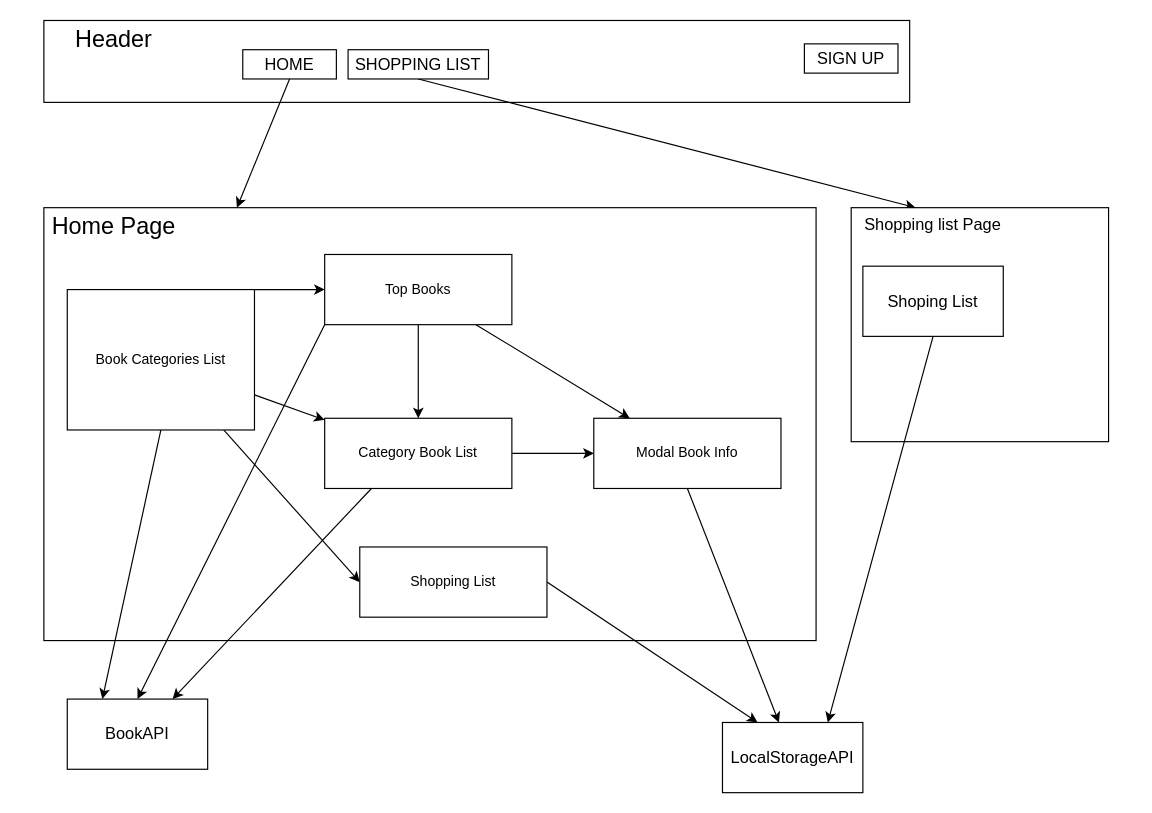
Earlier version of the draw.io diagram src/Schemes/main.drawio (AlexGoIT/bookshelf). Source tidied: cells renumbered, new cells numbered last; positions are measured from the earlier drawing's top-left corner, leaving out a move shared by most shapes. Both pictures are drawn from the tidied source at 117%, with x=0, y=0 at pixel (43, 20).
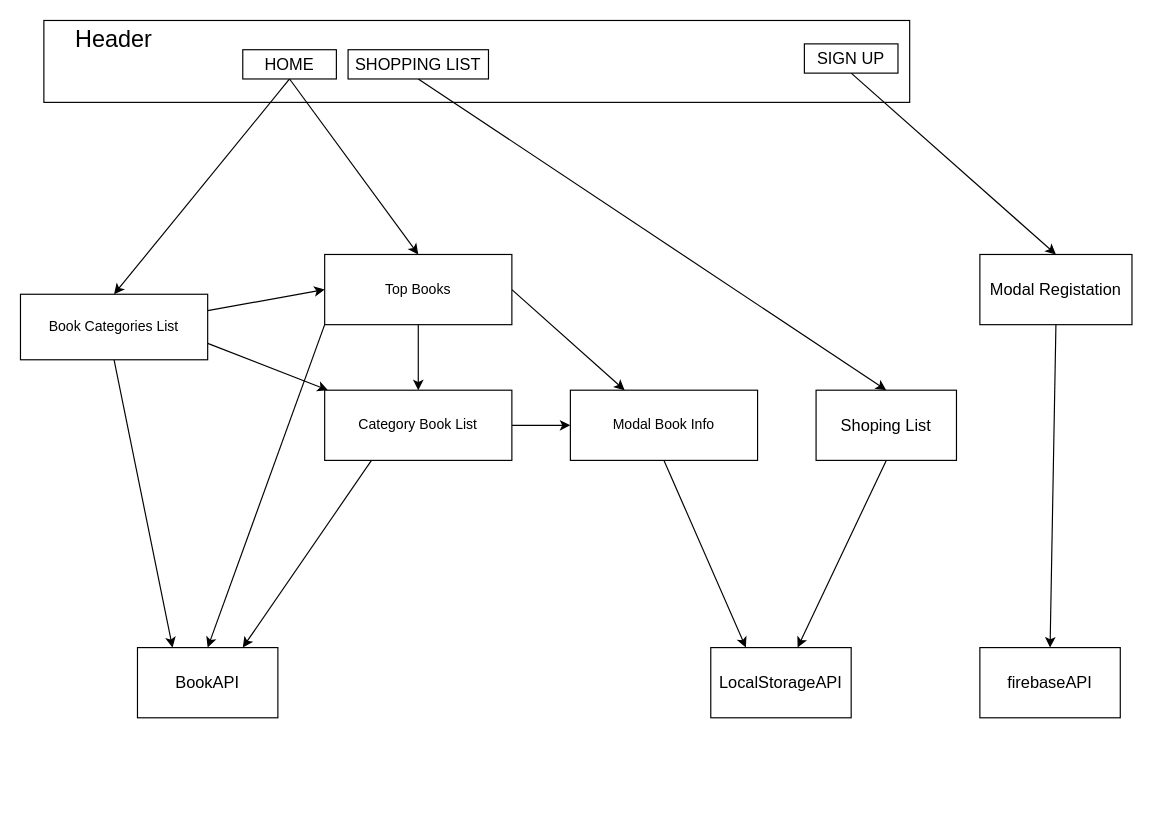
Above is the later version.

Unchanged cells that the change refers to:
```xml
<mxCell id="15" value="Top Books" style="rounded=0;whiteSpace=wrap;html=1;" parent="1" vertex="1">
  <mxGeometry x="240" y="200" width="160" height="60" as="geometry" />
</mxCell>
<mxCell id="22" value="HOME" style="rounded=0;whiteSpace=wrap;html=1;fontSize=14;" parent="1" vertex="1">
  <mxGeometry x="170" y="25" width="80" height="25" as="geometry" />
</mxCell>
<mxCell id="24" value="SHOPPING LIST" style="rounded=0;whiteSpace=wrap;html=1;fontSize=14;" parent="1" vertex="1">
  <mxGeometry x="260" y="25" width="120" height="25" as="geometry" />
</mxCell>
<mxCell id="25" value="SIGN UP" style="rounded=0;whiteSpace=wrap;html=1;fontSize=14;" parent="1" vertex="1">
  <mxGeometry x="650" y="20" width="80" height="25" as="geometry" />
</mxCell>
```

The edit, as a diff of the source:
```diff
@@
-    <mxCell id="2" style="rounded=0;whiteSpace=wrap;html=1;" parent="1" vertex="1">
-      <mxGeometry y="160" width="660" height="370" as="geometry" />
-    </mxCell>
@@
-    <mxCell id="7" style="edgeStyle=none;html=1;exitX=1;exitY=0;exitDx=0;exitDy=0;entryX=0;entryY=0.5;entryDx=0;entryDy=0;" parent="1" edge="1" source="11" target="15">
+    <mxCell id="7" style="edgeStyle=none;html=1;exitX=1;exitY=0.25;exitDx=0;exitDy=0;entryX=0;entryY=0.5;entryDx=0;entryDy=0;" parent="1" edge="1" source="11" target="15">
       <mxGeometry relative="1" as="geometry" />
     </mxCell>
@@
-    <mxCell id="9" style="edgeStyle=none;html=1;entryX=0;entryY=0.5;entryDx=0;entryDy=0;" parent="1" edge="1" source="11" target="33">
-      <mxGeometry relative="1" as="geometry" />
-    </mxCell>
@@
     <mxCell id="11" value="Book Categories List" style="rounded=0;whiteSpace=wrap;html=1;" parent="1" vertex="1">
-      <mxGeometry x="20" y="230" width="160" height="120" as="geometry" />
+      <mxGeometry x="-20" y="234" width="160" height="56" as="geometry" />
     </mxCell>
@@
-    <mxCell id="13" style="edgeStyle=none;html=1;" parent="1" edge="1" source="15" target="34">
+    <mxCell id="13" style="edgeStyle=none;html=1;exitX=1;exitY=0.5;exitDx=0;exitDy=0;" parent="1" edge="1" source="15" target="34">
       <mxGeometry relative="1" as="geometry" />
     </mxCell>
@@
     <mxCell id="18" value="Category Book List" style="rounded=0;whiteSpace=wrap;html=1;" parent="1" vertex="1">
-      <mxGeometry x="240" y="340" width="160" height="60" as="geometry" />
+      <mxGeometry x="240" y="316" width="160" height="60" as="geometry" />
     </mxCell>
-    <mxCell id="19" style="edgeStyle=none;html=1;exitX=1;exitY=0.5;exitDx=0;exitDy=0;entryX=0.25;entryY=0;entryDx=0;entryDy=0;fontSize=14;" parent="1" edge="1" source="33" target="28">
-      <mxGeometry relative="1" as="geometry" />
-    </mxCell>
-    <mxCell id="20" style="edgeStyle=none;html=1;exitX=0.5;exitY=1;exitDx=0;exitDy=0;" parent="1" edge="1" source="34" target="28">
+    <mxCell id="20" style="edgeStyle=none;html=1;exitX=0.5;exitY=1;exitDx=0;exitDy=0;entryX=0.25;entryY=0;entryDx=0;entryDy=0;" parent="1" edge="1" source="34" target="28">
       <mxGeometry relative="1" as="geometry" />
     </mxCell>
-    <mxCell id="21" style="edgeStyle=none;html=1;exitX=0.5;exitY=1;exitDx=0;exitDy=0;entryX=0.25;entryY=0;entryDx=0;entryDy=0;fontSize=14;" parent="1" edge="1" source="22" target="2">
+    <mxCell id="21" style="edgeStyle=none;html=1;exitX=0.5;exitY=1;exitDx=0;exitDy=0;entryX=0.5;entryY=0;entryDx=0;entryDy=0;fontSize=14;" parent="1" edge="1" source="22" target="15">
       <mxGeometry relative="1" as="geometry" />
     </mxCell>
+    <mxCell id="35" style="edgeStyle=none;html=1;exitX=0.5;exitY=1;exitDx=0;exitDy=0;entryX=0.5;entryY=0;entryDx=0;entryDy=0;fontSize=14;" parent="1" edge="1" source="22" target="11">
+      <mxGeometry relative="1" as="geometry" />
+    </mxCell>
@@
-    <mxCell id="23" style="edgeStyle=none;html=1;exitX=0.5;exitY=1;exitDx=0;exitDy=0;entryX=0.25;entryY=0;entryDx=0;entryDy=0;fontSize=14;" parent="1" edge="1" source="24" target="26">
+    <mxCell id="23" style="edgeStyle=none;html=1;exitX=0.5;exitY=1;exitDx=0;exitDy=0;fontSize=14;entryX=0.5;entryY=0;entryDx=0;entryDy=0;" parent="1" edge="1" source="24" target="31">
       <mxGeometry relative="1" as="geometry" />
     </mxCell>
@@
+    <mxCell id="36" style="edgeStyle=none;html=1;exitX=0.5;exitY=1;exitDx=0;exitDy=0;entryX=0.5;entryY=0;entryDx=0;entryDy=0;fontSize=14;" parent="1" edge="1" source="25" target="39">
+      <mxGeometry relative="1" as="geometry" />
+    </mxCell>
@@
-    <mxCell id="26" style="rounded=0;whiteSpace=wrap;html=1;fontSize=14;" parent="1" vertex="1">
-      <mxGeometry x="690" y="160" width="220" height="200" as="geometry" />
-    </mxCell>
-    <mxCell id="27" value="Shopping list Page" style="text;html=1;strokeColor=none;fillColor=none;align=center;verticalAlign=middle;whiteSpace=wrap;rounded=0;fontSize=14;" parent="1" vertex="1">
-      <mxGeometry x="690" y="160" width="140" height="30" as="geometry" />
-    </mxCell>
     <mxCell id="28" value="LocalStorageAPI" style="rounded=0;whiteSpace=wrap;html=1;fontSize=14;" parent="1" vertex="1">
-      <mxGeometry x="580" y="600" width="120" height="60" as="geometry" />
+      <mxGeometry x="570" y="536" width="120" height="60" as="geometry" />
     </mxCell>
     <mxCell id="29" value="BookAPI" style="rounded=0;whiteSpace=wrap;html=1;fontSize=14;" parent="1" vertex="1">
-      <mxGeometry x="20" y="580" width="120" height="60" as="geometry" />
+      <mxGeometry x="80" y="536" width="120" height="60" as="geometry" />
     </mxCell>
-    <mxCell id="30" style="edgeStyle=none;html=1;exitX=0.5;exitY=1;exitDx=0;exitDy=0;entryX=0.75;entryY=0;entryDx=0;entryDy=0;fontSize=14;" parent="1" edge="1" source="31" target="28">
+    <mxCell id="30" style="edgeStyle=none;html=1;exitX=0.5;exitY=1;exitDx=0;exitDy=0;fontSize=14;" parent="1" edge="1" source="31" target="28">
       <mxGeometry relative="1" as="geometry" />
     </mxCell>
     <mxCell id="31" value="Shoping List" style="rounded=0;whiteSpace=wrap;html=1;fontSize=14;" parent="1" vertex="1">
-      <mxGeometry x="700" y="210" width="120" height="60" as="geometry" />
+      <mxGeometry x="660" y="316" width="120" height="60" as="geometry" />
     </mxCell>
-    <mxCell id="32" value="Home Page" style="text;html=1;strokeColor=none;fillColor=none;align=center;verticalAlign=middle;whiteSpace=wrap;rounded=0;fontSize=20;" parent="1" vertex="1">
-      <mxGeometry y="160" width="120" height="30" as="geometry" />
-    </mxCell>
-    <mxCell id="33" value="Shopping List" style="rounded=0;whiteSpace=wrap;html=1;" parent="1" vertex="1">
-      <mxGeometry x="270" y="450" width="160" height="60" as="geometry" />
-    </mxCell>
     <mxCell id="34" value="Modal Book Info" style="rounded=0;whiteSpace=wrap;html=1;" parent="1" vertex="1">
-      <mxGeometry x="470" y="340" width="160" height="60" as="geometry" />
+      <mxGeometry x="450" y="316" width="160" height="60" as="geometry" />
     </mxCell>
+    <mxCell id="37" value="firebaseAPI" style="rounded=0;whiteSpace=wrap;html=1;fontSize=14;" parent="1" vertex="1">
+      <mxGeometry x="800" y="536" width="120" height="60" as="geometry" />
+    </mxCell>
+    <mxCell id="38" style="edgeStyle=none;html=1;exitX=0.5;exitY=1;exitDx=0;exitDy=0;entryX=0.5;entryY=0;entryDx=0;entryDy=0;fontSize=14;" parent="1" edge="1" source="39" target="37">
+      <mxGeometry relative="1" as="geometry" />
+    </mxCell>
+    <mxCell id="39" value="Modal Registation" style="rounded=0;whiteSpace=wrap;html=1;fontSize=14;fillColor=default;" parent="1" vertex="1">
+      <mxGeometry x="800" y="200" width="130" height="60" as="geometry" />
+    </mxCell>
```
